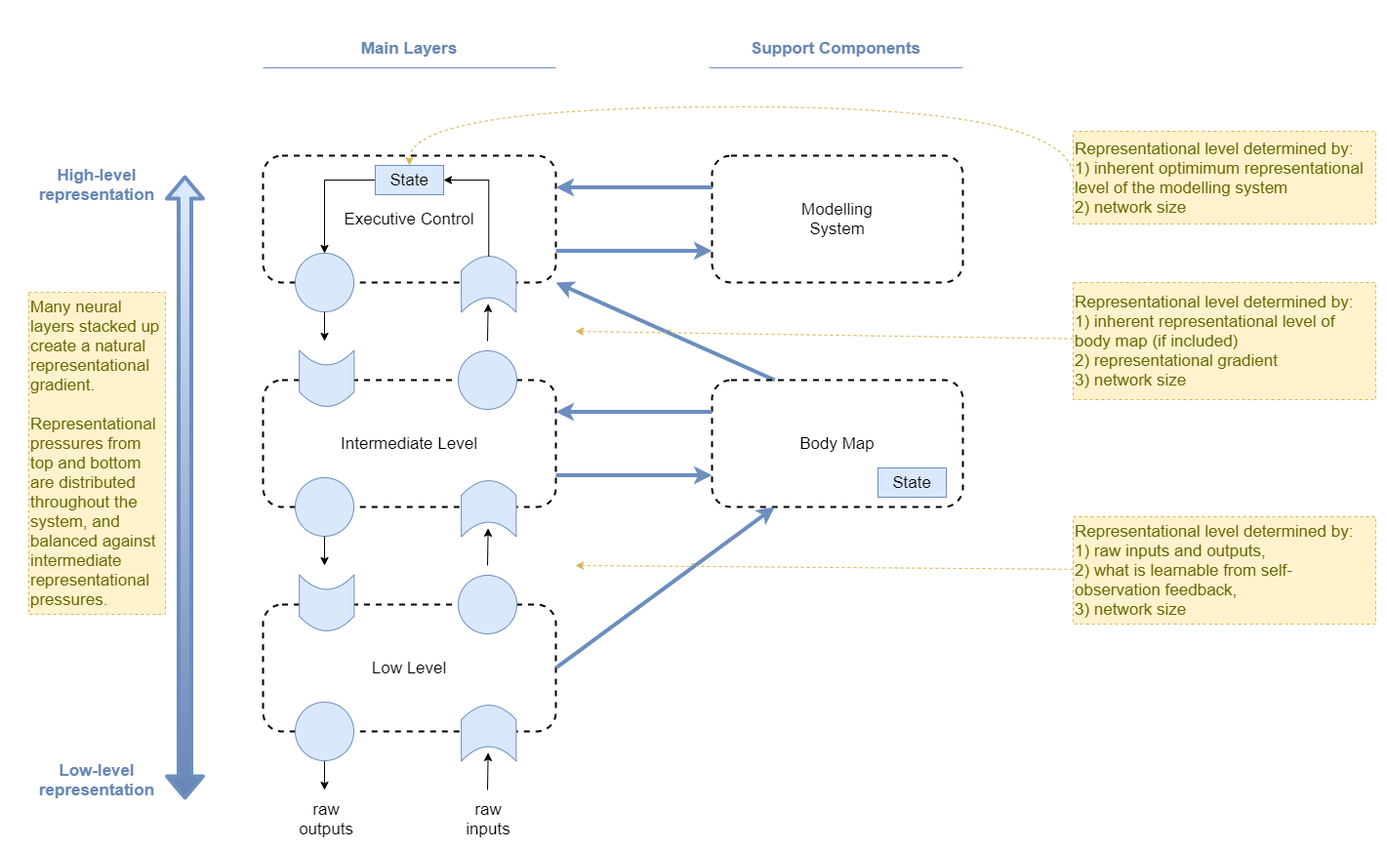
Before: files/An-agi-architecture-v1-representational-gradient.png, a diagram exported from draw.io (malcolmlett/malcolmlett.github.io). Source tidied: cells renumbered, new cells last; positions are measured from the earlier drawing's top-left corner, leaving out a move shared by most shapes.
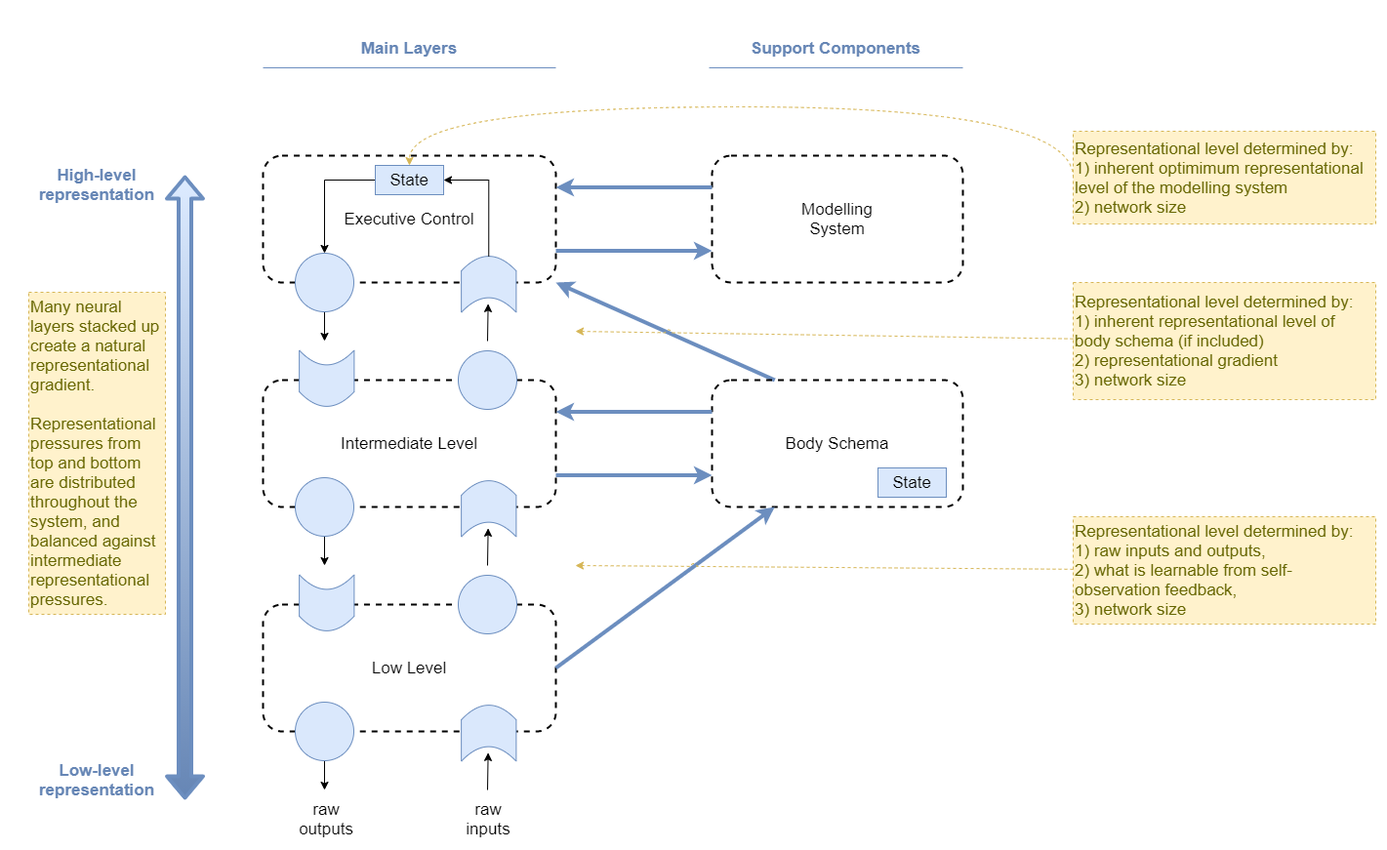
Above is the later version.

What changed in the source:
```diff
@@ -77,7 +77,7 @@
     <mxCell id="21" style="rounded=1;jettySize=auto;html=1;entryX=1;entryY=1;entryDx=0;entryDy=0;fontSize=17;strokeColor=#6c8ebf;strokeWidth=4;fillColor=#dae8fc;exitX=0.25;exitY=0;exitDx=0;exitDy=0;" parent="1" edge="1" source="22" target="16">
       <mxGeometry relative="1" as="geometry" />
     </mxCell>
-    <mxCell id="22" value="Body Map" style="rounded=1;whiteSpace=wrap;html=1;fillColor=none;dashed=1;strokeWidth=2;fontSize=17;" parent="1" vertex="1">
+    <mxCell id="22" value="Body Schema" style="rounded=1;whiteSpace=wrap;html=1;fillColor=none;dashed=1;strokeWidth=2;fontSize=17;" parent="1" vertex="1">
       <mxGeometry x="700" y="360" width="257" height="130" as="geometry" />
     </mxCell>
     <mxCell id="23" value="State" style="rounded=0;whiteSpace=wrap;html=1;fillColor=#dae8fc;strokeColor=#6c8ebf;fontSize=17;" parent="1" vertex="1">
@@ -155,7 +155,7 @@
         </Array>
       </mxGeometry>
     </mxCell>
-    <mxCell id="42" value="Representational level determined by:&lt;br&gt;1) inherent representational level of body map (if included)&lt;br&gt;2)&amp;nbsp;representational gradient&lt;br&gt;3) network size" style="rounded=0;whiteSpace=wrap;html=1;align=left;fillColor=#fff2cc;strokeColor=#d6b656;fontColor=#666600;dashed=1;fontSize=17;" parent="1" vertex="1">
+    <mxCell id="42" value="Representational level determined by:&lt;br&gt;1) inherent representational level of body schema (if included)&lt;br&gt;2)&amp;nbsp;representational gradient&lt;br&gt;3) network size" style="rounded=0;whiteSpace=wrap;html=1;align=left;fillColor=#fff2cc;strokeColor=#d6b656;fontColor=#666600;dashed=1;fontSize=17;" parent="1" vertex="1">
       <mxGeometry x="1070" y="260" width="310" height="120" as="geometry" />
     </mxCell>
     <mxCell id="43" value="Many neural layers stacked up create a natural representational gradient. &lt;br&gt;&lt;br&gt;Representational pressures from top and bottom are distributed throughout the system, and balanced against intermediate representational pressures." style="rounded=0;whiteSpace=wrap;html=1;align=left;fillColor=#fff2cc;strokeColor=#d6b656;fontColor=#666600;dashed=1;fontSize=17;" parent="1" vertex="1">
```
